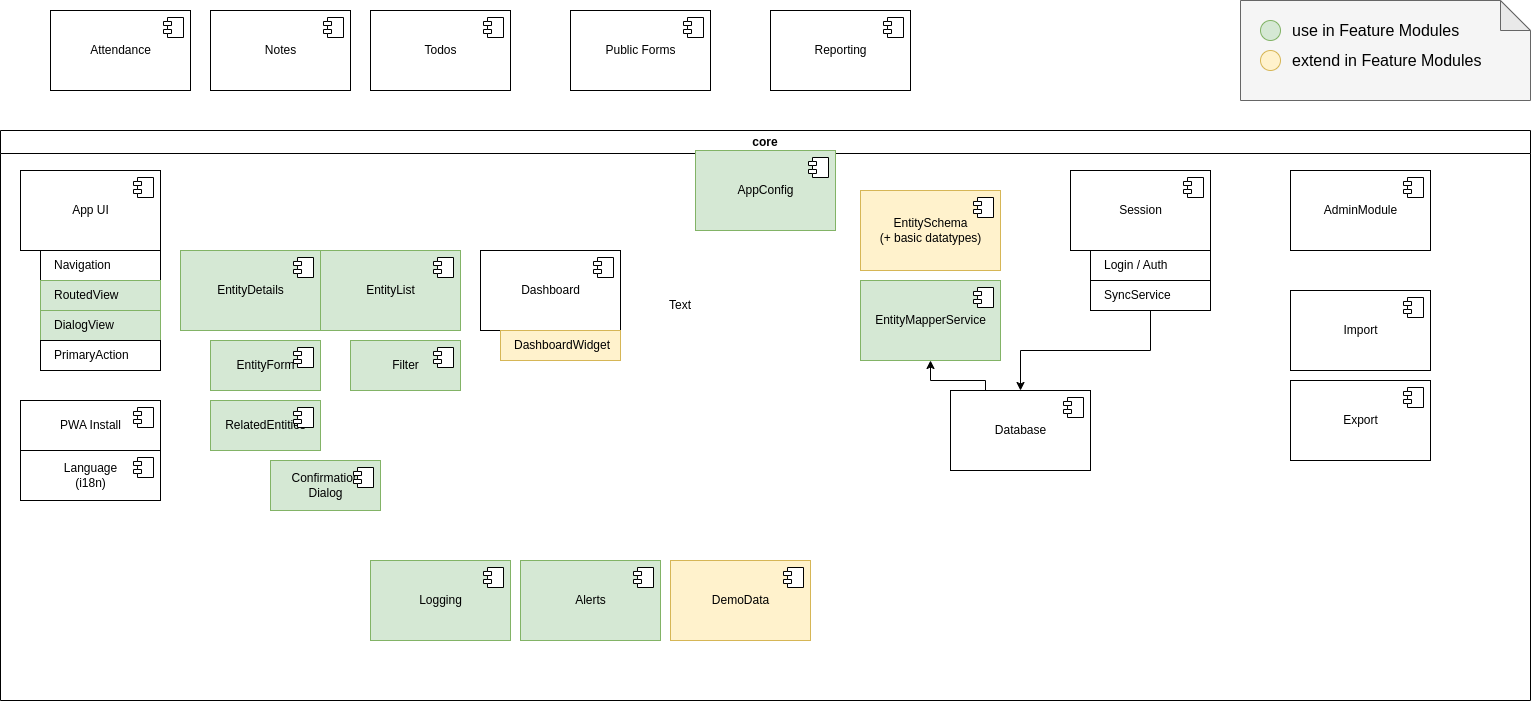
Before: doc/images/architecture_modules.png, a diagram exported from draw.io (Aam-Digital/ndb-core). Source tidied: cells renumbered, new cells last; positions are measured from the earlier drawing's top-left corner, leaving out a move shared by most shapes.
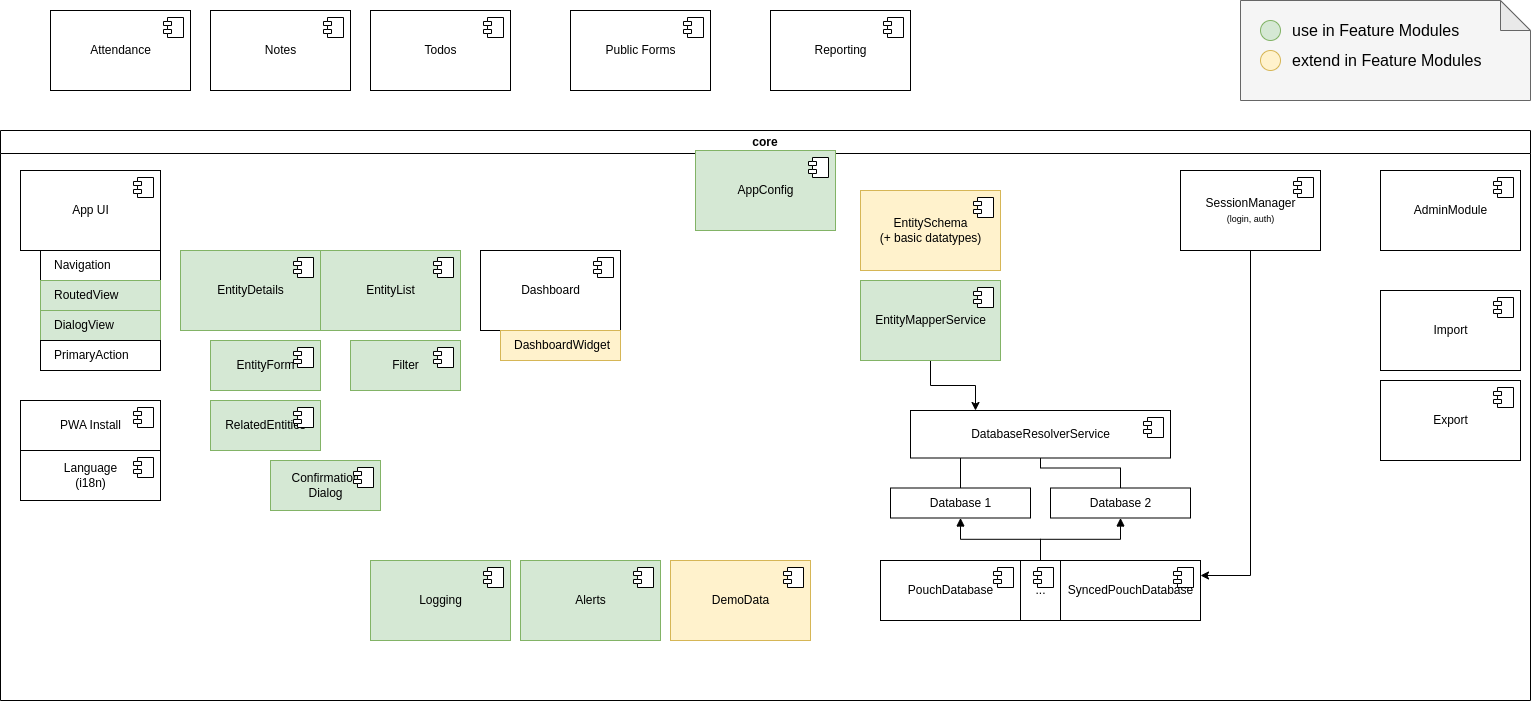
After the commit.

Commit message:
update architecture diagram

The edit, as a diff of the source:
```diff
@@ -48,22 +48,20 @@
         <mxPoint x="-27" y="7" as="offset" />
       </mxGeometry>
     </mxCell>
-    <mxCell id="14" style="edgeStyle=orthogonalEdgeStyle;rounded=0;jettySize=auto;html=1;exitX=0.25;exitY=0;exitDx=0;exitDy=0;entryX=0.5;entryY=1;entryDx=0;entryDy=0;" parent="2" edge="1" source="15" target="31">
+    <mxCell id="14" style="edgeStyle=orthogonalEdgeStyle;rounded=0;jettySize=auto;html=1;exitX=0.5;exitY=0;exitDx=0;exitDy=0;entryX=0.5;entryY=1;entryDx=0;entryDy=0;endArrow=none;endFill=0;" parent="2" edge="1" source="15" target="73">
       <mxGeometry relative="1" as="geometry">
         <Array as="points">
-          <mxPoint x="985" y="250" />
-          <mxPoint x="930" y="250" />
+          <mxPoint x="960" y="320" />
+          <mxPoint x="1040" y="320" />
         </Array>
       </mxGeometry>
     </mxCell>
+    <mxCell id="71" style="edgeStyle=orthogonalEdgeStyle;rounded=0;jettySize=auto;html=1;exitX=0.5;exitY=1;exitDx=0;exitDy=0;entryX=0.5;entryY=0;entryDx=0;entryDy=0;endArrow=none;endFill=0;startArrow=block;startFill=1;" parent="2" edge="1" source="15" target="80">
+      <mxGeometry relative="1" as="geometry" />
+    </mxCell>
-    <mxCell id="15" value="Database" style="html=1;" parent="2" vertex="1">
-      <mxGeometry x="950" y="260" width="140" height="80" as="geometry" />
+    <mxCell id="15" value="Database 1" style="html=1;" parent="2" vertex="1">
+      <mxGeometry x="890" y="357.5" width="140" height="30" as="geometry" />
     </mxCell>
-    <mxCell id="16" style="shape=component;jettyWidth=8;jettyHeight=4;" parent="15" vertex="1">
-      <mxGeometry x="1" width="20" height="20" relative="1" as="geometry">
-        <mxPoint x="-27" y="7" as="offset" />
-      </mxGeometry>
-    </mxCell>
     <mxCell id="17" value="RoutedView" style="html=1;align=left;spacingLeft=12;verticalAlign=middle;fillColor=#d5e8d4;strokeColor=#82b366;" parent="2" vertex="1">
       <mxGeometry x="40" y="150" width="120" height="30" as="geometry" />
     </mxCell>
@@ -97,23 +95,17 @@
         <mxPoint x="-27" y="7" as="offset" />
       </mxGeometry>
     </mxCell>
-    <mxCell id="26" value="Session" style="html=1;" parent="2" vertex="1">
-      <mxGeometry x="1070" y="40" width="140" height="80" as="geometry" />
+    <mxCell id="26" value="SessionManager&lt;div&gt;&lt;font style=&quot;font-size: 9px;&quot;&gt;(login, auth)&lt;/font&gt;&lt;/div&gt;" style="html=1;" parent="2" vertex="1">
+      <mxGeometry x="1180" y="40" width="140" height="80" as="geometry" />
     </mxCell>
     <mxCell id="27" style="shape=component;jettyWidth=8;jettyHeight=4;" parent="26" vertex="1">
       <mxGeometry x="1" width="20" height="20" relative="1" as="geometry">
         <mxPoint x="-27" y="7" as="offset" />
       </mxGeometry>
     </mxCell>
-    <mxCell id="28" value="Login / Auth" style="html=1;align=left;spacingLeft=12;verticalAlign=middle;" parent="2" vertex="1">
-      <mxGeometry x="1090" y="120" width="120" height="30" as="geometry" />
-    </mxCell>
-    <mxCell id="29" style="edgeStyle=orthogonalEdgeStyle;rounded=0;jettySize=auto;html=1;exitX=0.5;exitY=1;exitDx=0;exitDy=0;entryX=0.5;entryY=0;entryDx=0;entryDy=0;" parent="2" edge="1" source="30" target="15">
-      <mxGeometry relative="1" as="geometry" />
-    </mxCell>
-    <mxCell id="30" value="SyncService" style="html=1;align=left;spacingLeft=12;verticalAlign=middle;" parent="2" vertex="1">
-      <mxGeometry x="1090" y="150" width="120" height="30" as="geometry" />
-    </mxCell>
+    <mxCell id="72" style="edgeStyle=orthogonalEdgeStyle;rounded=0;jettySize=auto;html=1;entryX=0.25;entryY=0;entryDx=0;entryDy=0;" parent="2" edge="1" source="31" target="73">
+      <mxGeometry relative="1" as="geometry" />
+    </mxCell>
     <mxCell id="31" value="EntityMapperService" style="html=1;fillColor=#d5e8d4;strokeColor=#82b366;" parent="2" vertex="1">
       <mxGeometry x="860" y="150" width="140" height="80" as="geometry" />
     </mxCell>
@@ -150,7 +142,7 @@
       </mxGeometry>
     </mxCell>
     <mxCell id="40" value="AdminModule" style="html=1;" parent="2" vertex="1">
-      <mxGeometry x="1290" y="40" width="140" height="80" as="geometry" />
+      <mxGeometry x="1380" y="40" width="140" height="80" as="geometry" />
     </mxCell>
     <mxCell id="41" style="shape=component;jettyWidth=8;jettyHeight=4;" parent="40" vertex="1">
       <mxGeometry x="1" width="20" height="20" relative="1" as="geometry">
@@ -190,7 +182,7 @@
       </mxGeometry>
     </mxCell>
     <mxCell id="50" value="Import" style="html=1;" parent="2" vertex="1">
-      <mxGeometry x="1290" y="160" width="140" height="80" as="geometry" />
+      <mxGeometry x="1380" y="160" width="140" height="80" as="geometry" />
     </mxCell>
     <mxCell id="51" style="shape=component;jettyWidth=8;jettyHeight=4;" parent="50" vertex="1">
       <mxGeometry x="1" width="20" height="20" relative="1" as="geometry">
@@ -198,13 +190,57 @@
       </mxGeometry>
     </mxCell>
     <mxCell id="52" value="Export" style="html=1;" parent="2" vertex="1">
-      <mxGeometry x="1290" y="250" width="140" height="80" as="geometry" />
+      <mxGeometry x="1380" y="250" width="140" height="80" as="geometry" />
     </mxCell>
     <mxCell id="53" style="shape=component;jettyWidth=8;jettyHeight=4;" parent="52" vertex="1">
       <mxGeometry x="1" width="20" height="20" relative="1" as="geometry">
         <mxPoint x="-27" y="7" as="offset" />
       </mxGeometry>
     </mxCell>
+    <mxCell id="73" value="DatabaseResolverService" style="html=1;" parent="2" vertex="1">
+      <mxGeometry x="910" y="280" width="260" height="47.5" as="geometry" />
+    </mxCell>
+    <mxCell id="74" style="shape=component;jettyWidth=8;jettyHeight=4;" parent="73" vertex="1">
+      <mxGeometry x="1" width="20" height="20" relative="1" as="geometry">
+        <mxPoint x="-27" y="7" as="offset" />
+      </mxGeometry>
+    </mxCell>
+    <mxCell id="75" style="edgeStyle=orthogonalEdgeStyle;rounded=0;jettySize=auto;html=1;exitX=0.5;exitY=0;exitDx=0;exitDy=0;entryX=0.5;entryY=1;entryDx=0;entryDy=0;endArrow=none;endFill=0;" parent="2" edge="1" source="76" target="73">
+      <mxGeometry relative="1" as="geometry" />
+    </mxCell>
+    <mxCell id="76" value="Database 2" style="html=1;" parent="2" vertex="1">
+      <mxGeometry x="1050" y="357.5" width="140" height="30" as="geometry" />
+    </mxCell>
+    <mxCell id="77" style="edgeStyle=orthogonalEdgeStyle;rounded=0;jettySize=auto;html=1;exitX=0.5;exitY=1;exitDx=0;exitDy=0;entryX=1;entryY=0.25;entryDx=0;entryDy=0;" parent="2" edge="1" source="26" target="82">
+      <mxGeometry relative="1" as="geometry" />
+    </mxCell>
+    <mxCell id="78" value="PouchDatabase" style="html=1;" parent="2" vertex="1">
+      <mxGeometry x="880" y="430" width="140" height="60" as="geometry" />
+    </mxCell>
+    <mxCell id="79" style="shape=component;jettyWidth=8;jettyHeight=4;" parent="78" vertex="1">
+      <mxGeometry x="1" width="20" height="20" relative="1" as="geometry">
+        <mxPoint x="-27" y="7" as="offset" />
+      </mxGeometry>
+    </mxCell>
+    <mxCell id="80" value="..." style="html=1;" parent="2" vertex="1">
+      <mxGeometry x="1020" y="430" width="40" height="60" as="geometry" />
+    </mxCell>
+    <mxCell id="81" style="shape=component;jettyWidth=8;jettyHeight=4;" parent="80" vertex="1">
+      <mxGeometry x="1" width="20" height="20" relative="1" as="geometry">
+        <mxPoint x="-27" y="7" as="offset" />
+      </mxGeometry>
+    </mxCell>
+    <mxCell id="82" value="SyncedPouchDatabase" style="html=1;" parent="2" vertex="1">
+      <mxGeometry x="1060" y="430" width="140" height="60" as="geometry" />
+    </mxCell>
+    <mxCell id="83" style="shape=component;jettyWidth=8;jettyHeight=4;" parent="82" vertex="1">
+      <mxGeometry x="1" width="20" height="20" relative="1" as="geometry">
+        <mxPoint x="-27" y="7" as="offset" />
+      </mxGeometry>
+    </mxCell>
+    <mxCell id="84" style="edgeStyle=orthogonalEdgeStyle;rounded=0;jettySize=auto;html=1;exitX=0.5;exitY=1;exitDx=0;exitDy=0;entryX=0.5;entryY=0;entryDx=0;entryDy=0;endArrow=none;endFill=0;startArrow=block;startFill=1;" parent="2" edge="1" source="76" target="80">
+      <mxGeometry relative="1" as="geometry" />
+    </mxCell>
     <mxCell id="54" value="Attendance" style="html=1;" parent="1" vertex="1">
       <mxGeometry x="50" y="10" width="140" height="80" as="geometry" />
     </mxCell>
@@ -245,9 +281,6 @@
         <mxPoint x="-27" y="7" as="offset" />
       </mxGeometry>
     </mxCell>
-    <mxCell id="64" value="Text" style="text;html=1;align=center;verticalAlign=middle;whiteSpace=wrap;rounded=0;" parent="1" vertex="1">
-      <mxGeometry x="650" y="290" width="60" height="30" as="geometry" />
-    </mxCell>
     <mxCell id="65" style="group;fontSize=12;" parent="1" vertex="1">
       <mxGeometry x="1240" width="290" height="100" as="geometry" />
     </mxCell>
```
